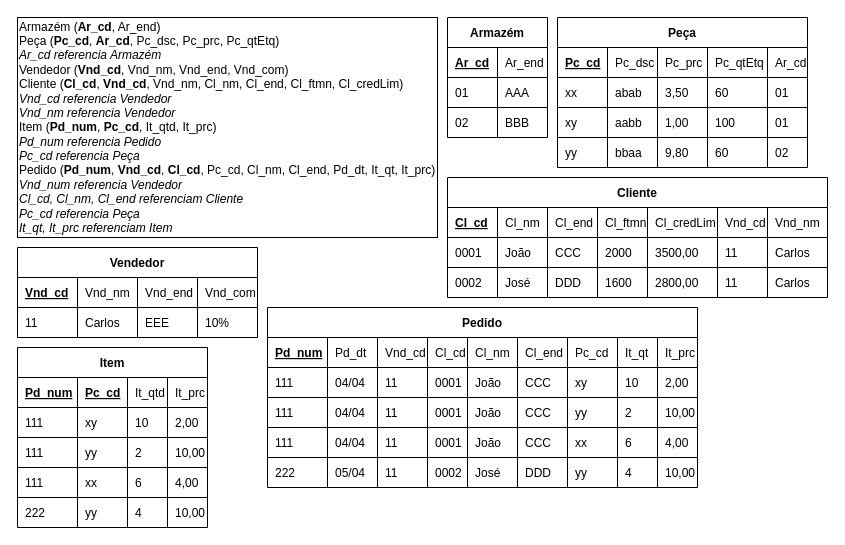
Before: page "Ex3-Lógico" (6 of 6) of Lista6_16-05/Lista6.drawio in andreeeeeeeee/Engenharia_Software, a draw.io diagram. Source tidied: cells renumbered, new cells numbered last; positions are measured from the earlier drawing's top-left corner, leaving out a move shared by most shapes. Both pictures are drawn from the tidied source at 100%, with x=0, y=0 at pixel (17, 17).
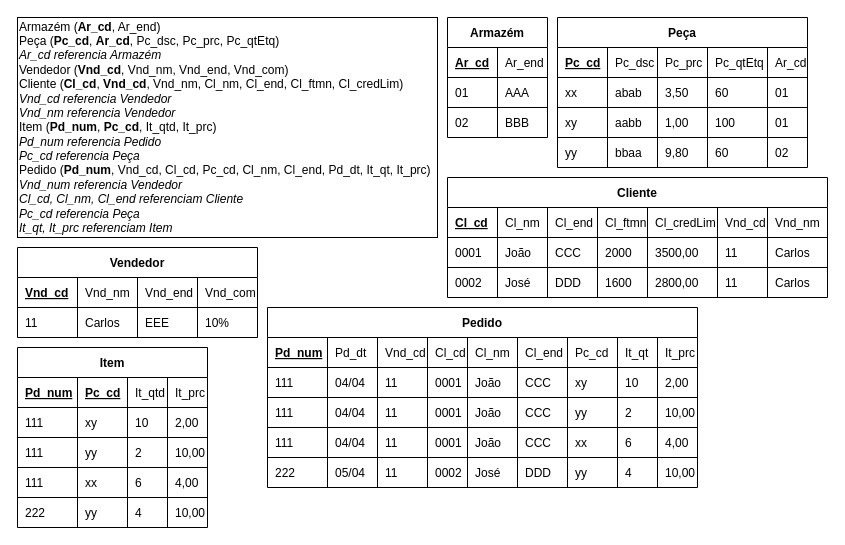
The same diagram, later.

What changed in the source:
```diff
@@
-    <mxCell id="3" value="&lt;div style=&quot;&quot;&gt;Armazém (&lt;b&gt;Ar_cd&lt;/b&gt;, Ar_end)&lt;/div&gt;&lt;div style=&quot;&quot;&gt;Peça (&lt;b&gt;Pc_cd&lt;/b&gt;, &lt;b&gt;Ar_cd&lt;/b&gt;, Pc_dsc, Pc_prc, Pc_qtEtq)&lt;/div&gt;&lt;div style=&quot;&quot;&gt;&lt;i&gt;Ar_cd referencia Armazém&lt;/i&gt;&lt;br&gt;Vendedor (&lt;b&gt;Vnd_cd&lt;/b&gt;, Vnd_nm, Vnd_end, Vnd_com)&lt;/div&gt;&lt;div style=&quot;&quot;&gt;Cliente (&lt;b&gt;Cl_cd&lt;/b&gt;, &lt;b&gt;Vnd_cd&lt;/b&gt;, Vnd_nm, Cl_nm, Cl_end, Cl_ftmn, Cl_credLim)&lt;/div&gt;&lt;div style=&quot;&quot;&gt;&lt;i&gt;Vnd_cd referencia Vendedor&lt;/i&gt;&lt;/div&gt;&lt;div style=&quot;&quot;&gt;&lt;i&gt;Vnd_nm referencia Vendedor&lt;/i&gt;&lt;/div&gt;&lt;div style=&quot;&quot;&gt;Item (&lt;b&gt;Pd_num&lt;/b&gt;, &lt;b&gt;Pc_cd&lt;/b&gt;, It_qtd, It_prc)&lt;/div&gt;&lt;div style=&quot;&quot;&gt;&lt;i&gt;Pd_num referencia Pedido&lt;/i&gt;&lt;/div&gt;&lt;div style=&quot;&quot;&gt;&lt;i&gt;Pc_cd referencia Peça&lt;/i&gt;&lt;/div&gt;&lt;div style=&quot;&quot;&gt;Pedido (&lt;b&gt;Pd_num&lt;/b&gt;, &lt;b&gt;Vnd_cd&lt;/b&gt;, &lt;b&gt;Cl_cd&lt;/b&gt;, Pc_cd, Cl_nm, Cl_end, Pd_dt, It_qt, It_prc)&lt;/div&gt;&lt;i&gt;Vnd_num referencia Vendedor&lt;br&gt;Cl_cd, Cl_nm, Cl_end referenciam Cliente&lt;br&gt;Pc_cd referencia Peça&lt;br&gt;It_qt, It_prc referenciam Item&lt;/i&gt;" style="text;html=1;strokeColor=none;fillColor=none;align=left;verticalAlign=middle;whiteSpace=wrap;rounded=0;" parent="1" vertex="1">
-      <mxGeometry y="5" width="420" height="210" as="geometry" />
+    <mxCell id="3" value="&lt;div style=&quot;&quot;&gt;Armazém (&lt;b&gt;Ar_cd&lt;/b&gt;, Ar_end)&lt;/div&gt;&lt;div style=&quot;&quot;&gt;Peça (&lt;b&gt;Pc_cd&lt;/b&gt;, &lt;b&gt;Ar_cd&lt;/b&gt;, Pc_dsc, Pc_prc, Pc_qtEtq)&lt;/div&gt;&lt;div style=&quot;&quot;&gt;&lt;i&gt;Ar_cd referencia Armazém&lt;/i&gt;&lt;br&gt;Vendedor (&lt;b&gt;Vnd_cd&lt;/b&gt;, Vnd_nm, Vnd_end, Vnd_com)&lt;/div&gt;&lt;div style=&quot;&quot;&gt;Cliente (&lt;b&gt;Cl_cd&lt;/b&gt;, &lt;b&gt;Vnd_cd&lt;/b&gt;, Vnd_nm, Cl_nm, Cl_end, Cl_ftmn, Cl_credLim)&lt;/div&gt;&lt;div style=&quot;&quot;&gt;&lt;i&gt;Vnd_cd referencia Vendedor&lt;/i&gt;&lt;/div&gt;&lt;div style=&quot;&quot;&gt;&lt;i&gt;Vnd_nm referencia Vendedor&lt;/i&gt;&lt;/div&gt;&lt;div style=&quot;&quot;&gt;Item (&lt;b&gt;Pd_num&lt;/b&gt;, &lt;b&gt;Pc_cd&lt;/b&gt;, It_qtd, It_prc)&lt;/div&gt;&lt;div style=&quot;&quot;&gt;&lt;i&gt;Pd_num referencia Pedido&lt;/i&gt;&lt;/div&gt;&lt;div style=&quot;&quot;&gt;&lt;i&gt;Pc_cd referencia Peça&lt;/i&gt;&lt;/div&gt;&lt;div style=&quot;&quot;&gt;Pedido (&lt;b&gt;Pd_num&lt;/b&gt;, Vnd_cd, Cl_cd, Pc_cd, Cl_nm, Cl_end, Pd_dt, It_qt, It_prc)&lt;/div&gt;&lt;i&gt;Vnd_num referencia Vendedor&lt;br&gt;Cl_cd, Cl_nm, Cl_end referenciam Cliente&lt;br&gt;Pc_cd referencia Peça&lt;br&gt;It_qt, It_prc referenciam Item&lt;/i&gt;" style="text;html=1;strokeColor=none;fillColor=none;align=left;verticalAlign=middle;whiteSpace=wrap;rounded=0;" parent="1" vertex="1">
+      <mxGeometry y="5" width="421" height="210" as="geometry" />
     </mxCell>
```
